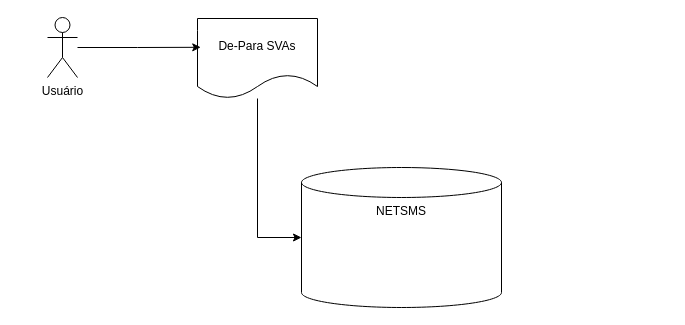
This is SVA Telefonia fixa - Inclusão novos SVA em contratos.drawio from samirali/ClaroBrasil, a draw.io file, before an edit. Source tidied: cells renumbered, new cells numbered last; positions are measured from the earlier drawing's top-left corner, leaving out a move shared by most shapes. Both pictures are drawn from the tidied source at 100%, with x=0, y=0 at pixel (47, 17).
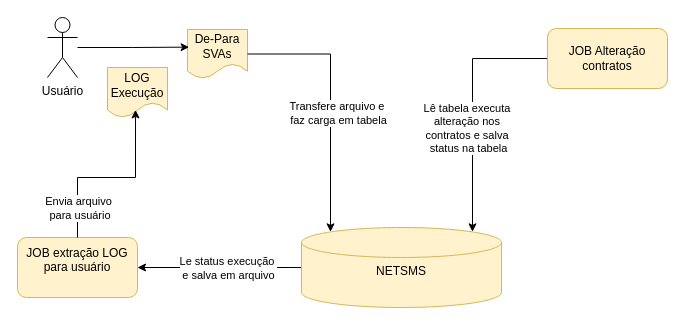
The same diagram, later.

Change to the diagram source:
```diff
@@
 <mxGraphModel>
   <root>
     <mxCell id="0" />
     <mxCell id="1" parent="0" />
+    <mxCell id="7" style="edgeStyle=orthogonalEdgeStyle;rounded=0;hachureGap=4;jettySize=auto;html=1;entryX=1;entryY=0.5;entryDx=0;entryDy=0;fontFamily=Architects Daughter;" parent="1" edge="1" source="2" target="13">
+      <mxGeometry relative="1" as="geometry" />
+    </mxCell>
+    <mxCell id="8" value="Le status execução&amp;nbsp;&lt;div&gt;e salva em arquivo&lt;/div&gt;" style="edgeLabel;html=1;align=center;verticalAlign=middle;sketch=1;hachureGap=4;jiggle=2;curveFitting=1;fontFamily=Helvetica;" parent="7" vertex="1">
+      <mxGeometry x="-0.49" y="1" relative="1" as="geometry">
+        <mxPoint x="-32" y="-1" as="offset" />
+      </mxGeometry>
+    </mxCell>
-    <mxCell id="2" value="NETSMS" style="shape=cylinder3;whiteSpace=wrap;html=1;boundedLbl=1;backgroundOutline=1;size=15;hachureGap=4;fontFamily=Helvetica;verticalAlign=top;" parent="1" vertex="1">
-      <mxGeometry x="254" y="150" width="200" height="140" as="geometry" />
+    <mxCell id="2" value="NETSMS" style="shape=cylinder3;whiteSpace=wrap;html=1;boundedLbl=1;backgroundOutline=1;size=15;hachureGap=4;fontFamily=Helvetica;verticalAlign=top;fillColor=#fff2cc;strokeColor=#d6b656;" parent="1" vertex="1">
+      <mxGeometry x="254" y="210" width="200" height="80" as="geometry" />
     </mxCell>
     <mxCell id="3" value="Usuário" style="shape=umlActor;verticalLabelPosition=bottom;verticalAlign=top;html=1;outlineConnect=0;hachureGap=4;fontFamily=Helvetica;" parent="1" vertex="1">
       <mxGeometry width="30" height="60" as="geometry" />
     </mxCell>
-    <mxCell id="4" value="De-Para SVAs" style="shape=document;whiteSpace=wrap;html=1;boundedLbl=1;hachureGap=4;fontFamily=Helvetica;" parent="1" vertex="1">
-      <mxGeometry x="150" y="1" width="120" height="80" as="geometry" />
+    <mxCell id="4" value="De-Para SVAs" style="shape=document;whiteSpace=wrap;html=1;boundedLbl=1;hachureGap=4;fontFamily=Helvetica;fillColor=#fff2cc;strokeColor=#d6b656;" parent="1" vertex="1">
+      <mxGeometry x="140" y="12" width="60" height="49" as="geometry" />
     </mxCell>
     <mxCell id="5" style="edgeStyle=orthogonalEdgeStyle;rounded=0;hachureGap=4;jettySize=auto;html=1;entryX=0.027;entryY=0.36;entryDx=0;entryDy=0;entryPerimeter=0;fontFamily=Architects Daughter;" parent="1" edge="1" source="3" target="4">
       <mxGeometry relative="1" as="geometry" />
     </mxCell>
-    <mxCell id="6" style="edgeStyle=orthogonalEdgeStyle;rounded=0;hachureGap=4;jettySize=auto;html=1;entryX=0;entryY=0.5;entryDx=0;entryDy=0;entryPerimeter=0;fontFamily=Architects Daughter;" parent="1" edge="1" source="4" target="2">
+    <mxCell id="6" style="edgeStyle=orthogonalEdgeStyle;rounded=0;hachureGap=4;jettySize=auto;html=1;entryX=0.145;entryY=0;entryDx=0;entryDy=4.35;entryPerimeter=0;fontFamily=Architects Daughter;exitX=1;exitY=0.5;exitDx=0;exitDy=0;" parent="1" edge="1" source="4" target="2">
       <mxGeometry relative="1" as="geometry" />
     </mxCell>
+    <mxCell id="9" value="Transfere arquivo e&amp;nbsp;&lt;div&gt;faz carga em tabela&lt;/div&gt;" style="edgeLabel;html=1;align=center;verticalAlign=middle;sketch=1;hachureGap=4;jiggle=2;curveFitting=1;fontFamily=Helvetica;" parent="6" vertex="1">
+      <mxGeometry x="-0.38" y="1" relative="1" as="geometry">
+        <mxPoint x="9" y="60" as="offset" />
+      </mxGeometry>
+    </mxCell>
+    <mxCell id="10" style="edgeStyle=orthogonalEdgeStyle;rounded=0;hachureGap=4;jettySize=auto;html=1;fontFamily=Architects Daughter;entryX=0.855;entryY=0;entryDx=0;entryDy=4.35;entryPerimeter=0;" parent="1" edge="1" source="12" target="2">
+      <mxGeometry relative="1" as="geometry" />
+    </mxCell>
+    <mxCell id="11" value="Lê tabela executa&amp;nbsp;&lt;div&gt;alteração nos&amp;nbsp;&lt;/div&gt;&lt;div&gt;contratos e salva&amp;nbsp;&lt;/div&gt;&lt;div&gt;status na tabela&lt;/div&gt;" style="edgeLabel;html=1;align=center;verticalAlign=middle;sketch=1;hachureGap=4;jiggle=2;curveFitting=1;fontFamily=Helvetica;" parent="10" vertex="1">
+      <mxGeometry x="-0.26" y="1" relative="1" as="geometry">
+        <mxPoint x="-6" y="52" as="offset" />
+      </mxGeometry>
+    </mxCell>
+    <mxCell id="12" value="JOB Alteração contratos" style="rounded=1;whiteSpace=wrap;html=1;hachureGap=4;fontFamily=Helvetica;fillColor=#fff2cc;strokeColor=#d6b656;" parent="1" vertex="1">
+      <mxGeometry x="500" y="11" width="120" height="60" as="geometry" />
+    </mxCell>
+    <mxCell id="13" value="JOB extração LOG para usuário&lt;div&gt;&lt;br&gt;&lt;/div&gt;" style="rounded=1;whiteSpace=wrap;html=1;hachureGap=4;fontFamily=Helvetica;fillColor=#fff2cc;strokeColor=#d6b656;" parent="1" vertex="1">
+      <mxGeometry x="-30" y="220" width="120" height="60" as="geometry" />
+    </mxCell>
+    <mxCell id="14" value="LOG Execução" style="shape=document;whiteSpace=wrap;html=1;boundedLbl=1;hachureGap=4;fontFamily=Helvetica;fillColor=#fff2cc;strokeColor=#d6b656;" parent="1" vertex="1">
+      <mxGeometry x="60" y="50" width="60" height="50" as="geometry" />
+    </mxCell>
+    <mxCell id="15" style="edgeStyle=orthogonalEdgeStyle;rounded=0;hachureGap=4;jettySize=auto;html=1;entryX=0.467;entryY=0.848;entryDx=0;entryDy=0;entryPerimeter=0;fontFamily=Helvetica;" parent="1" edge="1" source="13" target="14">
+      <mxGeometry relative="1" as="geometry" />
+    </mxCell>
+    <mxCell id="16" value="Envia arquivo&lt;div&gt;&amp;nbsp;para usuário&lt;/div&gt;" style="edgeLabel;html=1;align=center;verticalAlign=middle;sketch=1;hachureGap=4;jiggle=2;curveFitting=1;fontFamily=Helvetica;" parent="15" vertex="1">
+      <mxGeometry x="0.07" relative="1" as="geometry">
+        <mxPoint x="-39" y="30" as="offset" />
+      </mxGeometry>
+    </mxCell>
   </root>
 </mxGraphModel>
```
